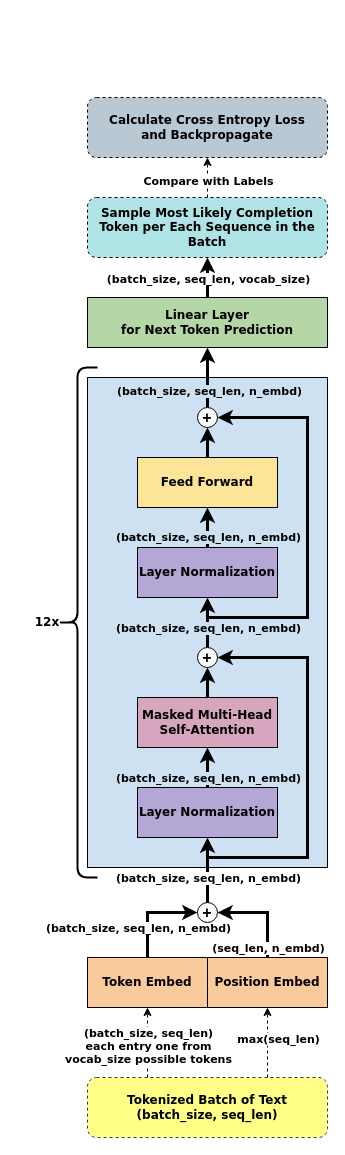
Above: 9 - Reproducing GPT-2/images/gpt2_layout_shuffle_shapes.drawio in MK2112/nn-zero-to-hero-notes (draw.io), before the change. Source tidied: cells renumbered, new cells numbered last; positions are measured from the earlier drawing's top-left corner, leaving out a move shared by most shapes. Both pictures are drawn from the tidied source at 100%, with x=0, y=0 at pixel (17, 97).
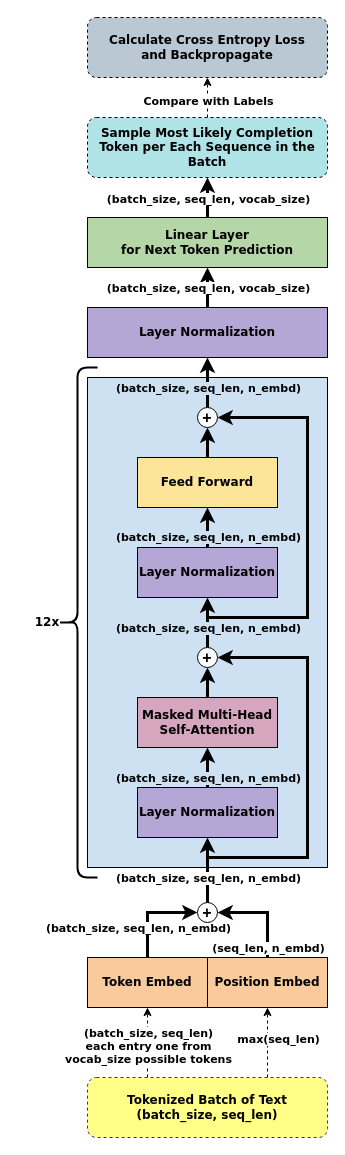
The same diagram, later.

Commit message (it also covers changes not shown here):
updated GPT layout visualization

Unchanged cells that the change refers to:
```xml
<mxCell id="30" value="&lt;font style=&quot;font-size: 16px;&quot;&gt;&lt;b&gt;+&lt;/b&gt;&lt;/font&gt;" style="text;html=1;align=center;verticalAlign=middle;whiteSpace=wrap;rounded=0;" parent="1" vertex="1">
  <mxGeometry x="180" y="310" width="20" height="20" as="geometry" />
</mxCell>
```

What changed in the source:
```diff
@@
     <mxCell id="15" value="&lt;b&gt;Linear Layer&lt;br&gt;for Next Token Prediction&lt;/b&gt;" style="rounded=0;whiteSpace=wrap;html=1;fillColor=#B5D6A7;fontFamily=Verdana;" parent="1" vertex="1">
-      <mxGeometry x="70" y="200" width="240" height="50" as="geometry" />
+      <mxGeometry x="70" y="120" width="240" height="50" as="geometry" />
     </mxCell>
@@
-    <mxCell id="31" style="edgeStyle=orthogonalEdgeStyle;rounded=0;jettySize=auto;html=1;exitX=0.5;exitY=0;exitDx=0;exitDy=0;entryX=0.5;entryY=1;entryDx=0;entryDy=0;strokeWidth=3;" parent="1" edge="1" source="30" target="15">
+    <mxCell id="31" style="edgeStyle=orthogonalEdgeStyle;rounded=0;jettySize=auto;html=1;exitX=0.5;exitY=0;exitDx=0;exitDy=0;entryX=0.5;entryY=1;entryDx=0;entryDy=0;strokeWidth=3;" parent="1" edge="1" source="30" target="48">
       <mxGeometry relative="1" as="geometry" />
     </mxCell>
     <mxCell id="32" value="(batch_size, seq_len, n_embd)" style="edgeLabel;html=1;align=center;verticalAlign=middle;fontStyle=1;labelBackgroundColor=#CEE1F2;fontFamily=Verdana;" parent="31" vertex="1">
-      <mxGeometry x="-0.42" y="-1" relative="1" as="geometry" />
+      <mxGeometry x="-0.42" y="-1" relative="1" as="geometry">
+        <mxPoint x="-1" y="-5" as="offset" />
+      </mxGeometry>
     </mxCell>
@@
     <mxCell id="40" value="Sample Most Likely Completion Token per Each Sequence in the Batch" style="rounded=1;whiteSpace=wrap;html=1;dashed=1;fontStyle=1;fillColor=#b0e3e6;strokeColor=#000000;fontFamily=Verdana;" parent="1" vertex="1">
-      <mxGeometry x="70" y="100" width="240" height="60" as="geometry" />
+      <mxGeometry x="70" y="20" width="240" height="60" as="geometry" />
     </mxCell>
     <mxCell id="41" value="Calculate Cross Entropy Loss&lt;br&gt;and Backpropagate" style="rounded=1;whiteSpace=wrap;html=1;dashed=1;fontStyle=1;fillColor=#bac8d3;strokeColor=#000000;fontFamily=Verdana;" parent="1" vertex="1">
-      <mxGeometry x="70" width="240" height="60" as="geometry" />
+      <mxGeometry x="70" y="-80" width="240" height="60" as="geometry" />
     </mxCell>
@@
+    <mxCell id="47" style="edgeStyle=orthogonalEdgeStyle;rounded=0;jettySize=auto;html=1;exitX=0.5;exitY=0;exitDx=0;exitDy=0;entryX=0.5;entryY=1;entryDx=0;entryDy=0;strokeWidth=3;" parent="1" edge="1" source="48" target="15">
+      <mxGeometry relative="1" as="geometry" />
+    </mxCell>
+    <mxCell id="48" value="&lt;b&gt;Layer Normalization&lt;/b&gt;" style="rounded=0;whiteSpace=wrap;html=1;fillColor=#B4A7D6;fontFamily=Verdana;" parent="1" vertex="1">
+      <mxGeometry x="70" y="210" width="240" height="50" as="geometry" />
+    </mxCell>
+    <mxCell id="49" value="&lt;b&gt;(batch_size, seq_len, vocab_size)&lt;/b&gt;" style="edgeLabel;html=1;align=center;verticalAlign=middle;fontFamily=Verdana;" parent="1" vertex="1">
+      <mxGeometry x="190" y="190" as="geometry" />
+    </mxCell>
```
